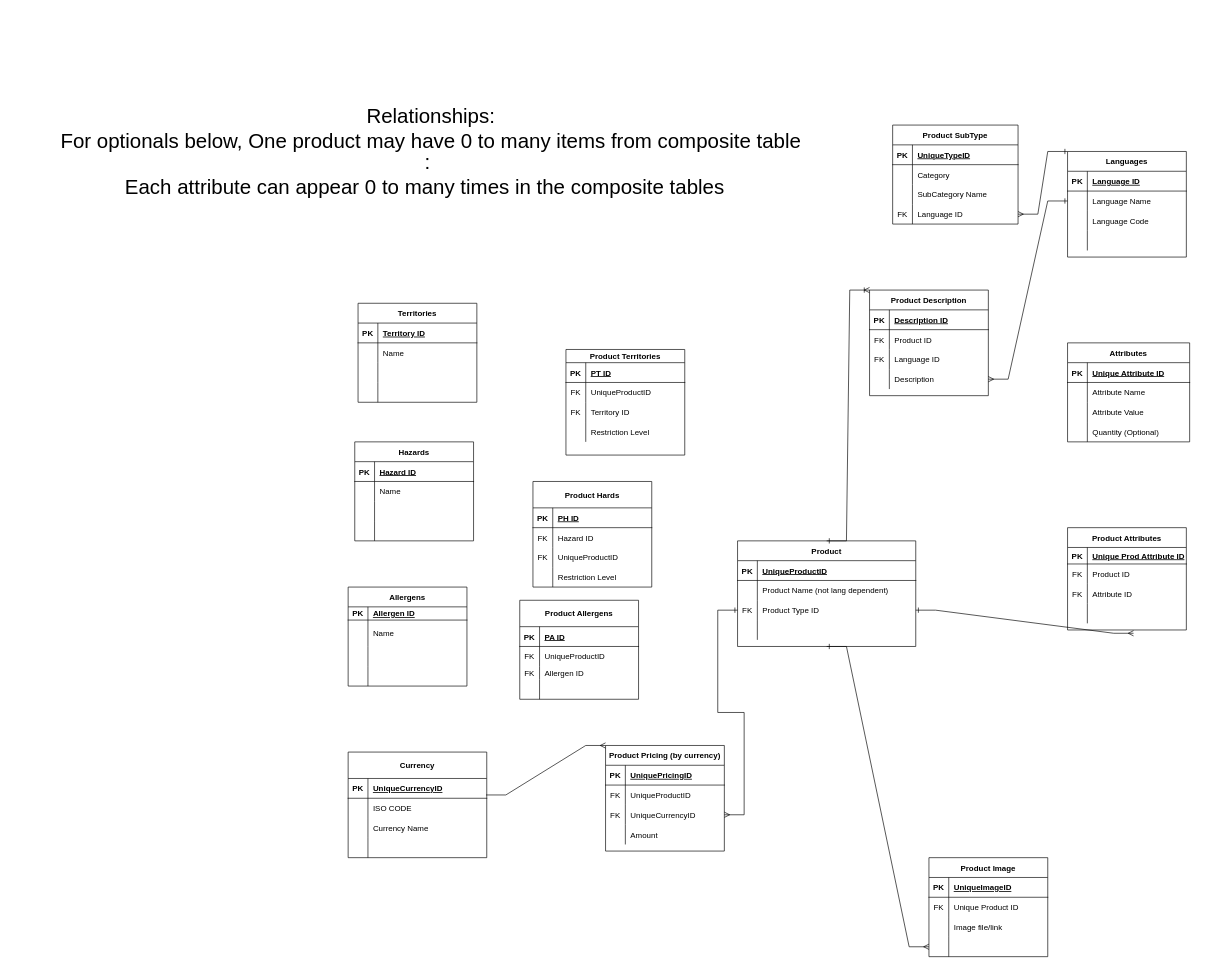
This is Untitled Diagram.drawio from eccelm/database-diagrams, a draw.io file, before an edit. Source tidied: cells renumbered, new cells numbered last; positions are measured from the earlier drawing's top-left corner, leaving out a move shared by most shapes. Both pictures are drawn from the tidied source at 66%, with x=0, y=0 at pixel (54, 112).
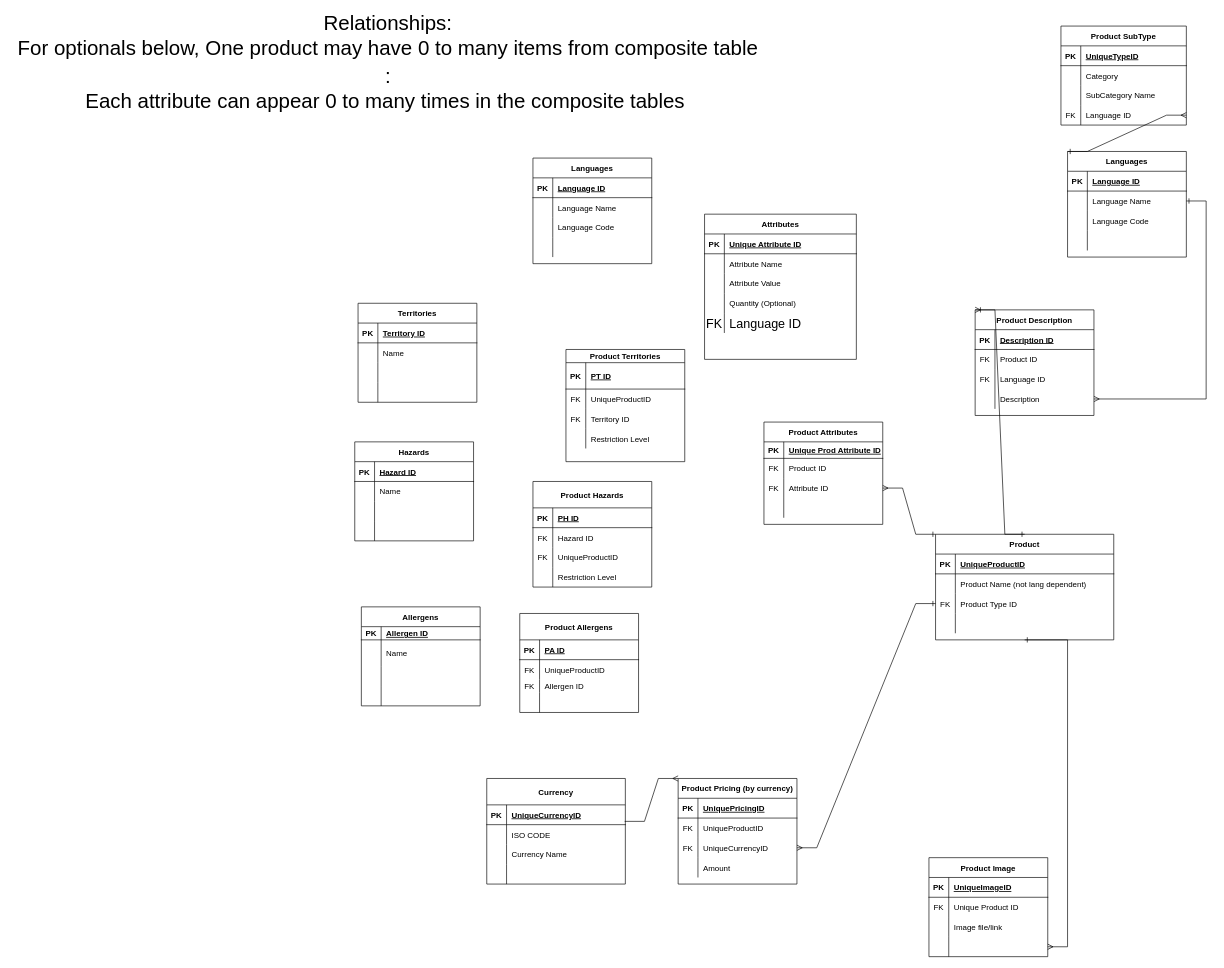
Above is the later version.

Commit message:
moving attributes

Unchanged cells that the change refers to:
```xml
<mxCell id="9" style="shape=partialRectangle;fillColor=none;top=0;left=0;bottom=0;right=0;points=[[0,0.5],[1,0.5]];portConstraint=eastwest;" parent="2" vertex="1">
  <mxGeometry y="90" width="270" height="30" as="geometry" />
</mxCell>
<mxCell id="118" style="shape=partialRectangle;fillColor=none;top=0;left=0;bottom=0;right=0;points=[[0,0.5],[1,0.5]];portConstraint=eastwest;" parent="111" vertex="1">
  <mxGeometry y="85" width="180" height="30" as="geometry" />
</mxCell>
```

Change to the diagram source:
```diff
@@
     <mxCell id="2" value="Product" style="shape=table;startSize=30;childLayout=tableLayout;rowLines=0;fontStyle=1;align=center;" parent="1" vertex="1">
-      <mxGeometry x="1035" y="650" width="270" height="160" as="geometry" />
+      <mxGeometry x="1335" y="640" width="270" height="160" as="geometry" />
     </mxCell>
@@
     <mxCell id="15" value="Product SubType" style="shape=table;startSize=30;childLayout=tableLayout;rowLines=0;fontStyle=1;align=center;" parent="1" vertex="1">
-      <mxGeometry x="1270" y="20" width="190" height="150" as="geometry" />
+      <mxGeometry x="1525" y="-130" width="190" height="150" as="geometry" />
     </mxCell>
@@
     <mxCell id="28" value="Currency" style="shape=table;startSize=40;childLayout=tableLayout;rowLines=0;fontStyle=1;align=center;" parent="1" vertex="1">
-      <mxGeometry x="445" y="970" width="210" height="160" as="geometry" />
+      <mxGeometry x="655" y="1010" width="210" height="160" as="geometry" />
     </mxCell>
@@
     <mxCell id="41" value="Product Pricing (by currency)" style="shape=table;startSize=30;childLayout=tableLayout;rowLines=0;fontStyle=1;align=center;" parent="1" vertex="1">
-      <mxGeometry x="835" y="960" width="180" height="160" as="geometry" />
+      <mxGeometry x="945" y="1010" width="180" height="160" as="geometry" />
     </mxCell>
@@
     <mxCell id="83" value="Product Description" style="shape=table;startSize=30;childLayout=tableLayout;rowLines=0;fontStyle=1;align=center;" parent="1" vertex="1">
-      <mxGeometry x="1235" y="270" width="180" height="160" as="geometry" />
+      <mxGeometry x="1395" y="300" width="180" height="160" as="geometry" />
     </mxCell>
@@
     <mxCell id="98" value="Attributes" style="shape=table;startSize=30;childLayout=tableLayout;rowLines=0;fontStyle=1;align=center;" parent="1" vertex="1">
-      <mxGeometry x="1535" y="350" width="185" height="150" as="geometry" />
+      <mxGeometry x="985" y="155" width="230" height="220" as="geometry" />
     </mxCell>
     <mxCell id="99" style="shape=partialRectangle;fillColor=none;top=0;left=0;bottom=1;right=0;" parent="98" vertex="1">
-      <mxGeometry y="30" width="185" height="30" as="geometry" />
+      <mxGeometry y="30" width="230" height="30" as="geometry" />
     </mxCell>
@@
     <mxCell id="101" value="Unique Attribute ID" style="shape=partialRectangle;fillColor=none;top=0;left=0;bottom=0;right=0;align=left;spacingLeft=6;fontStyle=5;overflow=hidden;" parent="99" vertex="1">
-      <mxGeometry x="30" width="155" height="30" as="geometry" />
+      <mxGeometry x="30" width="200" height="30" as="geometry" />
     </mxCell>
     <mxCell id="102" style="shape=partialRectangle;fillColor=none;top=0;left=0;bottom=0;right=0;" parent="98" vertex="1">
-      <mxGeometry y="60" width="185" height="30" as="geometry" />
+      <mxGeometry y="60" width="230" height="30" as="geometry" />
     </mxCell>
@@
     <mxCell id="104" value="Attribute Name" style="shape=partialRectangle;fillColor=none;top=0;left=0;bottom=0;right=0;align=left;spacingLeft=6;overflow=hidden;" parent="102" vertex="1">
-      <mxGeometry x="30" width="155" height="30" as="geometry" />
+      <mxGeometry x="30" width="200" height="30" as="geometry" />
     </mxCell>
     <mxCell id="105" style="shape=partialRectangle;fillColor=none;top=0;left=0;bottom=0;right=0;" parent="98" vertex="1">
-      <mxGeometry y="90" width="185" height="30" as="geometry" />
+      <mxGeometry y="90" width="230" height="30" as="geometry" />
     </mxCell>
@@
     <mxCell id="107" value="Attribute Value" style="shape=partialRectangle;fillColor=none;top=0;left=0;bottom=0;right=0;align=left;spacingLeft=6;overflow=hidden;" parent="105" vertex="1">
-      <mxGeometry x="30" width="155" height="30" as="geometry" />
+      <mxGeometry x="30" width="200" height="30" as="geometry" />
     </mxCell>
     <mxCell id="108" style="shape=partialRectangle;fillColor=none;top=0;left=0;bottom=0;right=0;" parent="98" vertex="1">
-      <mxGeometry y="120" width="185" height="30" as="geometry" />
+      <mxGeometry y="120" width="230" height="30" as="geometry" />
     </mxCell>
@@
     <mxCell id="110" value="Quantity (Optional)" style="shape=partialRectangle;fillColor=none;top=0;left=0;bottom=0;right=0;align=left;spacingLeft=6;overflow=hidden;" parent="108" vertex="1">
-      <mxGeometry x="30" width="155" height="30" as="geometry" />
+      <mxGeometry x="30" width="200" height="30" as="geometry" />
     </mxCell>
+    <mxCell id="206" style="shape=partialRectangle;fillColor=none;top=0;left=0;bottom=0;right=0;fontSize=19;" parent="98" vertex="1">
+      <mxGeometry y="150" width="230" height="30" as="geometry" />
+    </mxCell>
+    <mxCell id="207" value="FK" style="shape=partialRectangle;fillColor=none;top=0;left=0;bottom=0;right=0;fontStyle=0;overflow=hidden;fontSize=19;" parent="206" vertex="1">
+      <mxGeometry width="30" height="30" as="geometry" />
+    </mxCell>
+    <mxCell id="208" value="Language ID" style="shape=partialRectangle;fillColor=none;top=0;left=0;bottom=0;right=0;align=left;spacingLeft=6;fontStyle=0;overflow=hidden;fontSize=19;" parent="206" vertex="1">
+      <mxGeometry x="30" width="200" height="30" as="geometry" />
+    </mxCell>
     <mxCell id="111" value="Product Attributes" style="shape=table;startSize=30;childLayout=tableLayout;rowLines=0;fontStyle=1;align=center;" parent="1" vertex="1">
-      <mxGeometry x="1535" y="630" width="180" height="155" as="geometry" />
+      <mxGeometry x="1075" y="470" width="180" height="155" as="geometry" />
     </mxCell>
@@
-    <mxCell id="125" style="edgeStyle=entityRelationEdgeStyle;fontSize=12;html=1;endArrow=ERmany;rounded=0;startArrow=ERone;startFill=0;exitX=1;exitY=0.5;exitDx=0;exitDy=0;" parent="1" edge="1" source="9">
-      <mxGeometry relative="1" as="geometry">
-        <mxPoint x="1635" y="790" as="targetPoint" />
-      </mxGeometry>
+    <mxCell id="125" style="edgeStyle=entityRelationEdgeStyle;fontSize=12;html=1;endArrow=ERmany;rounded=0;startArrow=ERone;startFill=0;exitX=0;exitY=0;exitDx=0;exitDy=0;entryX=1;entryY=0.5;entryDx=0;entryDy=0;" parent="1" edge="1" source="2" target="118">
+      <mxGeometry relative="1" as="geometry" />
     </mxCell>
@@
     <mxCell id="152" value="Allergens" style="shape=table;startSize=30;childLayout=tableLayout;rowLines=0;fontStyle=1;align=center;" parent="1" vertex="1">
-      <mxGeometry x="445" y="720" width="180" height="150" as="geometry" />
+      <mxGeometry x="465" y="750" width="180" height="150" as="geometry" />
     </mxCell>
@@
     <mxCell id="165" value="Product Territories" style="shape=table;startSize=20;childLayout=tableLayout;rowLines=0;fontStyle=1;align=center;" parent="1" vertex="1">
-      <mxGeometry x="775" y="360" width="180" height="160" as="geometry" />
+      <mxGeometry x="775" y="360" width="180" height="170" as="geometry" />
     </mxCell>
     <mxCell id="166" style="shape=partialRectangle;fillColor=none;top=0;left=0;bottom=1;right=0;" parent="165" vertex="1">
-      <mxGeometry y="20" width="180" height="30" as="geometry" />
+      <mxGeometry y="20" width="180" height="40" as="geometry" />
     </mxCell>
     <mxCell id="167" value="PK" style="shape=partialRectangle;fillColor=none;top=0;left=0;bottom=0;right=0;fontStyle=1;overflow=hidden;" parent="166" vertex="1">
-      <mxGeometry width="30" height="30" as="geometry" />
+      <mxGeometry width="30" height="40" as="geometry" />
     </mxCell>
     <mxCell id="168" value="PT ID" style="shape=partialRectangle;fillColor=none;top=0;left=0;bottom=0;right=0;align=left;spacingLeft=6;fontStyle=5;overflow=hidden;" parent="166" vertex="1">
-      <mxGeometry x="30" width="150" height="30" as="geometry" />
+      <mxGeometry x="30" width="150" height="40" as="geometry" />
     </mxCell>
     <mxCell id="169" style="shape=partialRectangle;fillColor=none;top=0;left=0;bottom=0;right=0;" parent="165" vertex="1">
-      <mxGeometry y="50" width="180" height="30" as="geometry" />
+      <mxGeometry y="60" width="180" height="30" as="geometry" />
     </mxCell>
@@
     <mxCell id="172" style="shape=partialRectangle;fillColor=none;top=0;left=0;bottom=0;right=0;" parent="165" vertex="1">
-      <mxGeometry y="80" width="180" height="30" as="geometry" />
+      <mxGeometry y="90" width="180" height="30" as="geometry" />
     </mxCell>
@@
     <mxCell id="175" style="shape=partialRectangle;fillColor=none;top=0;left=0;bottom=0;right=0;" parent="165" vertex="1">
-      <mxGeometry y="110" width="180" height="30" as="geometry" />
+      <mxGeometry y="120" width="180" height="30" as="geometry" />
     </mxCell>
@@
-    <mxCell id="178" value="Product Hards" style="shape=table;startSize=40;childLayout=tableLayout;rowLines=0;fontStyle=1;align=center;" parent="1" vertex="1">
+    <mxCell id="178" value="Product Hazards" style="shape=table;startSize=40;childLayout=tableLayout;rowLines=0;fontStyle=1;align=center;" parent="1" vertex="1">
       <mxGeometry x="725" y="560" width="180" height="160" as="geometry" />
     </mxCell>
@@
     <mxCell id="191" value="Product Allergens" style="shape=table;startSize=40;childLayout=tableLayout;rowLines=0;fontStyle=1;align=center;" parent="1" vertex="1">
-      <mxGeometry x="705" y="740" width="180" height="150" as="geometry" />
+      <mxGeometry x="705" y="760" width="180" height="150" as="geometry" />
     </mxCell>
@@
     <mxCell id="204" value="&lt;span style=&quot;font-size: 31px&quot;&gt;Relationships:&lt;/span&gt;&lt;br&gt;&lt;span style=&quot;font-size: 31px&quot;&gt;For&amp;nbsp;optionals below, One product may have 0 to many&amp;nbsp;items from composite table&lt;/span&gt;" style="text;html=1;align=center;verticalAlign=middle;fillColor=none;strokeColor=none;rounded=0;" parent="1" vertex="1">
-      <mxGeometry width="1140" height="50" as="geometry" />
+      <mxGeometry x="-65" y="-140" width="1140" height="50" as="geometry" />
     </mxCell>
     <mxCell id="205" value="&lt;span style=&quot;font-size: 31px&quot;&gt;:&lt;/span&gt;&lt;br&gt;&lt;span style=&quot;font-size: 31px&quot;&gt;Each attribute can appear 0 to many times in the composite tables&amp;nbsp;&lt;/span&gt;" style="text;html=1;align=center;verticalAlign=middle;fillColor=none;strokeColor=none;rounded=0;" parent="1" vertex="1">
-      <mxGeometry x="100" y="70" width="930" height="50" as="geometry" />
+      <mxGeometry x="40" y="-60" width="930" height="50" as="geometry" />
     </mxCell>
+    <mxCell id="209" value="Languages" style="shape=table;startSize=30;childLayout=tableLayout;rowLines=0;fontStyle=1;align=center;" parent="1" vertex="1">
+      <mxGeometry x="725" y="70" width="180" height="160" as="geometry" />
+    </mxCell>
+    <mxCell id="210" style="shape=partialRectangle;fillColor=none;top=0;left=0;bottom=1;right=0;" parent="209" vertex="1">
+      <mxGeometry y="30" width="180" height="30" as="geometry" />
+    </mxCell>
+    <mxCell id="211" value="PK" style="shape=partialRectangle;fillColor=none;top=0;left=0;bottom=0;right=0;fontStyle=1;overflow=hidden;" parent="210" vertex="1">
+      <mxGeometry width="30" height="30" as="geometry" />
+    </mxCell>
+    <mxCell id="212" value="Language ID" style="shape=partialRectangle;fillColor=none;top=0;left=0;bottom=0;right=0;align=left;spacingLeft=6;fontStyle=5;overflow=hidden;" parent="210" vertex="1">
+      <mxGeometry x="30" width="150" height="30" as="geometry" />
+    </mxCell>
+    <mxCell id="213" style="shape=partialRectangle;fillColor=none;top=0;left=0;bottom=0;right=0;" parent="209" vertex="1">
+      <mxGeometry y="60" width="180" height="30" as="geometry" />
+    </mxCell>
+    <mxCell id="214" style="shape=partialRectangle;fillColor=none;top=0;left=0;bottom=0;right=0;overflow=hidden;" parent="213" vertex="1">
+      <mxGeometry width="30" height="30" as="geometry" />
+    </mxCell>
+    <mxCell id="215" value="Language Name" style="shape=partialRectangle;fillColor=none;top=0;left=0;bottom=0;right=0;align=left;spacingLeft=6;overflow=hidden;" parent="213" vertex="1">
+      <mxGeometry x="30" width="150" height="30" as="geometry" />
+    </mxCell>
+    <mxCell id="216" style="shape=partialRectangle;fillColor=none;top=0;left=0;bottom=0;right=0;" parent="209" vertex="1">
+      <mxGeometry y="90" width="180" height="30" as="geometry" />
+    </mxCell>
+    <mxCell id="217" style="shape=partialRectangle;fillColor=none;top=0;left=0;bottom=0;right=0;overflow=hidden;" parent="216" vertex="1">
+      <mxGeometry width="30" height="30" as="geometry" />
+    </mxCell>
+    <mxCell id="218" value="Language Code" style="shape=partialRectangle;fillColor=none;top=0;left=0;bottom=0;right=0;align=left;spacingLeft=6;overflow=hidden;" parent="216" vertex="1">
+      <mxGeometry x="30" width="150" height="30" as="geometry" />
+    </mxCell>
+    <mxCell id="219" style="shape=partialRectangle;fillColor=none;top=0;left=0;bottom=0;right=0;" parent="209" vertex="1">
+      <mxGeometry y="120" width="180" height="30" as="geometry" />
+    </mxCell>
+    <mxCell id="220" style="shape=partialRectangle;fillColor=none;top=0;left=0;bottom=0;right=0;overflow=hidden;" parent="219" vertex="1">
+      <mxGeometry width="30" height="30" as="geometry" />
+    </mxCell>
+    <mxCell id="221" style="shape=partialRectangle;fillColor=none;top=0;left=0;bottom=0;right=0;align=left;spacingLeft=6;overflow=hidden;" parent="219" vertex="1">
+      <mxGeometry x="30" width="150" height="30" as="geometry" />
+    </mxCell>
```
